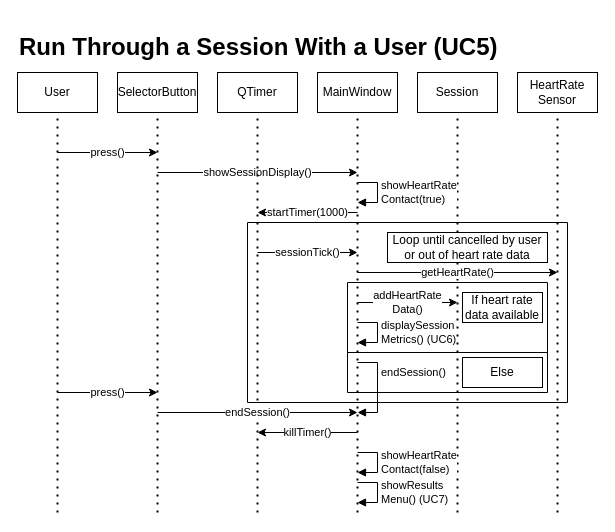
The draw.io diagram page "UC5" (2 of 3) of docs/class diagram/classUML.drawio.xml in TahaInc/heartwave, before the edit. Source tidied: cells renumbered, new cells numbered last; positions are measured from the earlier drawing's top-left corner, leaving out a move shared by most shapes. Both pictures are drawn from the tidied source at 100%, with x=0, y=0 at pixel (17, 32).
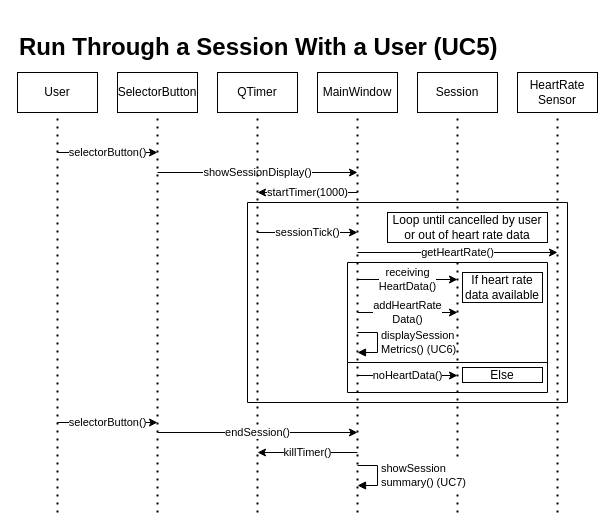
The same diagram, later.

Change to the diagram source:
```diff
@@
-    <mxCell id="13" value="press()" style="endArrow=classic;html=1;rounded=0;" parent="1" edge="1">
+    <mxCell id="13" value="selectorButton()" style="endArrow=classic;html=1;rounded=0;" parent="1" edge="1">
       <mxGeometry relative="1" as="geometry">
         <mxPoint x="40" y="120" as="sourcePoint" />
         <mxPoint x="140" y="120" as="targetPoint" />
       </mxGeometry>
     </mxCell>
@@
     <mxCell id="17" value="startTimer(1000)" style="endArrow=classic;html=1;rounded=0;" parent="1" edge="1">
       <mxGeometry relative="1" as="geometry">
-        <mxPoint x="340" y="180" as="sourcePoint" />
-        <mxPoint x="240" y="180" as="targetPoint" />
+        <mxPoint x="340" y="160" as="sourcePoint" />
+        <mxPoint x="240" y="160" as="targetPoint" />
       </mxGeometry>
     </mxCell>
     <mxCell id="18" value="killTimer()" style="endArrow=classic;html=1;rounded=0;" parent="1" edge="1">
       <mxGeometry relative="1" as="geometry">
-        <mxPoint x="340" y="400" as="sourcePoint" />
-        <mxPoint x="240" y="400" as="targetPoint" />
+        <mxPoint x="340" y="420" as="sourcePoint" />
+        <mxPoint x="240" y="420" as="targetPoint" />
       </mxGeometry>
     </mxCell>
-    <mxCell id="19" value="press()" style="endArrow=classic;html=1;rounded=0;" parent="1" edge="1">
+    <mxCell id="19" value="selectorButton()" style="endArrow=classic;html=1;rounded=0;" parent="1" edge="1">
       <mxGeometry relative="1" as="geometry">
-        <mxPoint x="40" y="360" as="sourcePoint" />
-        <mxPoint x="140" y="360" as="targetPoint" />
+        <mxPoint x="40" y="390" as="sourcePoint" />
+        <mxPoint x="140" y="390" as="targetPoint" />
       </mxGeometry>
     </mxCell>
-    <mxCell id="20" value="&lt;div style=&quot;text-align: left;&quot;&gt;&lt;span style=&quot;text-align: center;&quot;&gt;showHeart&lt;/span&gt;&lt;span style=&quot;text-align: center;&quot;&gt;Rate&lt;/span&gt;&lt;/div&gt;&lt;div style=&quot;text-align: left;&quot;&gt;&lt;span style=&quot;text-align: center;&quot;&gt;Contact(true)&lt;/span&gt;&lt;/div&gt;" style="html=1;align=left;spacingLeft=2;endArrow=block;rounded=0;edgeStyle=orthogonalEdgeStyle;curved=0;rounded=0;" parent="1" edge="1">
-      <mxGeometry relative="1" as="geometry">
-        <mxPoint x="340" y="150" as="sourcePoint" />
-        <mxPoint x="340" y="170" as="targetPoint" />
-        <Array as="points">
-          <mxPoint x="360" y="150" />
-          <mxPoint x="360" y="170" />
-        </Array>
-      </mxGeometry>
-    </mxCell>
     <mxCell id="21" value="endSession()" style="endArrow=classic;html=1;rounded=0;" parent="1" edge="1">
       <mxGeometry relative="1" as="geometry">
-        <mxPoint x="140" y="380" as="sourcePoint" />
-        <mxPoint x="340" y="380" as="targetPoint" />
+        <mxPoint x="140" y="400" as="sourcePoint" />
+        <mxPoint x="340" y="400" as="targetPoint" />
       </mxGeometry>
     </mxCell>
-    <mxCell id="22" value="&lt;div style=&quot;border-color: var(--border-color);&quot;&gt;showHeart&lt;span style=&quot;border-color: var(--border-color); text-align: center;&quot;&gt;Rate&lt;/span&gt;&lt;/div&gt;&lt;div style=&quot;border-color: var(--border-color);&quot;&gt;&lt;span style=&quot;border-color: var(--border-color); text-align: center;&quot;&gt;Contact(false)&lt;/span&gt;&lt;/div&gt;" style="html=1;align=left;spacingLeft=2;endArrow=block;rounded=0;edgeStyle=orthogonalEdgeStyle;curved=0;rounded=0;" parent="1" edge="1">
-      <mxGeometry relative="1" as="geometry">
-        <mxPoint x="340" y="420" as="sourcePoint" />
-        <mxPoint x="340" y="440" as="targetPoint" />
-        <Array as="points">
-          <mxPoint x="360" y="420" />
-          <mxPoint x="360" y="440" />
-        </Array>
-      </mxGeometry>
-    </mxCell>
-    <mxCell id="23" value="showResults&lt;br&gt;Menu() (UC7)" style="html=1;align=left;spacingLeft=2;endArrow=block;rounded=0;edgeStyle=orthogonalEdgeStyle;curved=0;rounded=0;" parent="1" edge="1">
+    <mxCell id="23" value="showSession&lt;br&gt;summary() (UC7)" style="html=1;align=left;spacingLeft=2;endArrow=block;rounded=0;edgeStyle=orthogonalEdgeStyle;curved=0;rounded=0;" parent="1" edge="1">
       <mxGeometry relative="1" as="geometry">
-        <mxPoint x="340" y="450" as="sourcePoint" />
-        <mxPoint x="340" y="470" as="targetPoint" />
+        <mxPoint x="340" y="433" as="sourcePoint" />
+        <mxPoint x="340" y="453" as="targetPoint" />
         <Array as="points">
-          <mxPoint x="360" y="450" />
-          <mxPoint x="360" y="470" />
+          <mxPoint x="360" y="433" />
+          <mxPoint x="360" y="453" />
         </Array>
       </mxGeometry>
     </mxCell>
     <mxCell id="24" value="sessionTick()" style="endArrow=classic;html=1;rounded=0;" parent="1" edge="1">
       <mxGeometry relative="1" as="geometry">
-        <mxPoint x="240" y="220" as="sourcePoint" />
-        <mxPoint x="340" y="220" as="targetPoint" />
+        <mxPoint x="240" y="200" as="sourcePoint" />
+        <mxPoint x="340" y="200" as="targetPoint" />
       </mxGeometry>
     </mxCell>
     <mxCell id="25" value="getHeartRate()" style="endArrow=classic;html=1;rounded=0;" parent="1" edge="1">
       <mxGeometry relative="1" as="geometry">
-        <mxPoint x="340" y="240" as="sourcePoint" />
-        <mxPoint x="540" y="240" as="targetPoint" />
+        <mxPoint x="340" y="220" as="sourcePoint" />
+        <mxPoint x="540" y="220" as="targetPoint" />
       </mxGeometry>
     </mxCell>
     <mxCell id="26" value="addHeartRate&lt;br&gt;Data()" style="endArrow=classic;html=1;rounded=0;" parent="1" edge="1">
       <mxGeometry relative="1" as="geometry">
-        <mxPoint x="340" y="270" as="sourcePoint" />
-        <mxPoint x="440" y="270" as="targetPoint" />
+        <mxPoint x="340" y="280" as="sourcePoint" />
+        <mxPoint x="440" y="280" as="targetPoint" />
       </mxGeometry>
     </mxCell>
     <mxCell id="27" value="displaySession&lt;br&gt;Metrics() (UC6)" style="html=1;align=left;spacingLeft=2;endArrow=block;rounded=0;edgeStyle=orthogonalEdgeStyle;curved=0;rounded=0;" parent="1" edge="1">
       <mxGeometry relative="1" as="geometry">
-        <mxPoint x="340" y="290" as="sourcePoint" />
-        <mxPoint x="340" y="310" as="targetPoint" />
+        <mxPoint x="340" y="300" as="sourcePoint" />
+        <mxPoint x="340" y="320" as="targetPoint" />
         <Array as="points">
-          <mxPoint x="360" y="290" />
-          <mxPoint x="360" y="310" />
+          <mxPoint x="360" y="300" />
+          <mxPoint x="360" y="320" />
         </Array>
       </mxGeometry>
     </mxCell>
     <mxCell id="28" style="swimlane;startSize=0;" parent="1" vertex="1">
-      <mxGeometry x="230" y="190" width="320" height="180" as="geometry" />
+      <mxGeometry x="230" y="170" width="320" height="200" as="geometry" />
     </mxCell>
     <mxCell id="29" value="Loop until cancelled by user or out of heart rate data" style="rounded=0;whiteSpace=wrap;html=1;" parent="1" vertex="1">
-      <mxGeometry x="370" y="200" width="160" height="30" as="geometry" />
+      <mxGeometry x="370" y="180" width="160" height="30" as="geometry" />
     </mxCell>
-    <mxCell id="30" value="endSession()" style="html=1;align=left;spacingLeft=2;endArrow=block;rounded=0;edgeStyle=orthogonalEdgeStyle;curved=0;rounded=0;" parent="1" edge="1">
-      <mxGeometry x="-0.33" relative="1" as="geometry">
-        <mxPoint x="340" y="330" as="sourcePoint" />
-        <mxPoint x="340" y="380" as="targetPoint" />
-        <Array as="points">
-          <mxPoint x="360" y="330" />
-          <mxPoint x="360" y="380" />
-        </Array>
-      </mxGeometry>
-    </mxCell>
     <mxCell id="31" style="swimlane;startSize=0;" parent="1" vertex="1">
-      <mxGeometry x="330" y="250" width="200" height="70" as="geometry" />
+      <mxGeometry x="330" y="230" width="200" height="100" as="geometry" />
     </mxCell>
     <mxCell id="32" value="If heart rate data available" style="rounded=0;whiteSpace=wrap;html=1;" parent="1" vertex="1">
-      <mxGeometry x="445" y="260" width="80" height="30" as="geometry" />
+      <mxGeometry x="445" y="240" width="80" height="30" as="geometry" />
     </mxCell>
     <mxCell id="33" style="swimlane;startSize=0;" parent="1" vertex="1">
-      <mxGeometry x="330" y="320" width="200" height="40" as="geometry" />
+      <mxGeometry x="330" y="330" width="200" height="30" as="geometry" />
     </mxCell>
     <mxCell id="34" value="Else" style="rounded=0;whiteSpace=wrap;html=1;" parent="1" vertex="1">
-      <mxGeometry x="445" y="325" width="80" height="30" as="geometry" />
+      <mxGeometry x="445" y="335" width="80" height="15" as="geometry" />
     </mxCell>
+    <mxCell id="35" value="receiving&lt;br&gt;HeartData()" style="endArrow=classic;html=1;rounded=0;" parent="1" edge="1">
+      <mxGeometry relative="1" as="geometry">
+        <mxPoint x="340" y="247" as="sourcePoint" />
+        <mxPoint x="440" y="247" as="targetPoint" />
+      </mxGeometry>
+    </mxCell>
+    <mxCell id="36" value="noHeartData()" style="endArrow=classic;html=1;rounded=0;" parent="1" edge="1">
+      <mxGeometry relative="1" as="geometry">
+        <mxPoint x="340" y="343" as="sourcePoint" />
+        <mxPoint x="440" y="343" as="targetPoint" />
+      </mxGeometry>
+    </mxCell>
```
